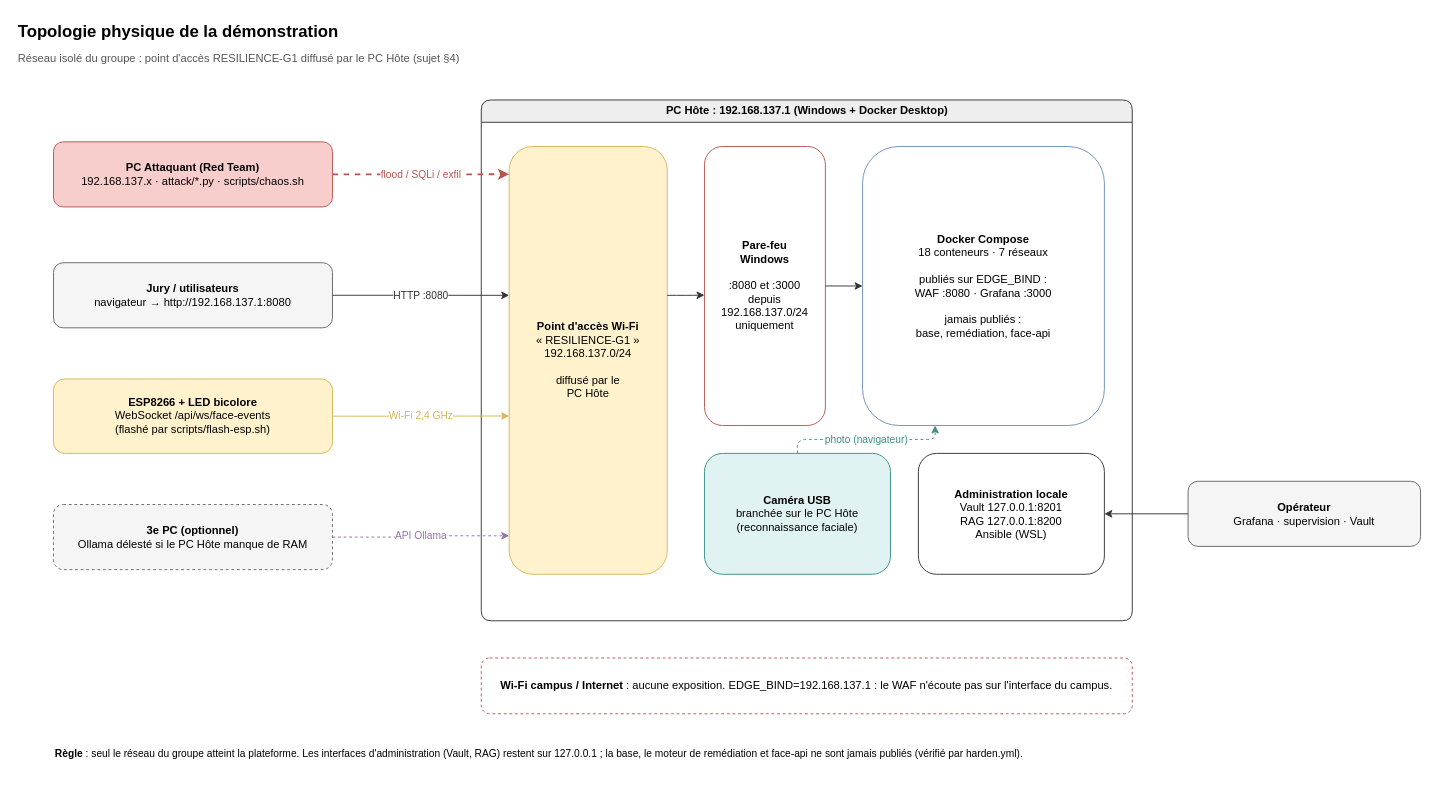
Earlier version of the draw.io diagram page "Topologie physique" (1 of 2) of docs/diagrams/reseaux.drawio (Rococo77/Workshop-26). Source tidied: cells renumbered, new cells numbered last; positions are measured from the earlier drawing's top-left corner, leaving out a move shared by most shapes. Both pictures are drawn from the tidied source at 93%, with x=0, y=0 at pixel (16, 16).
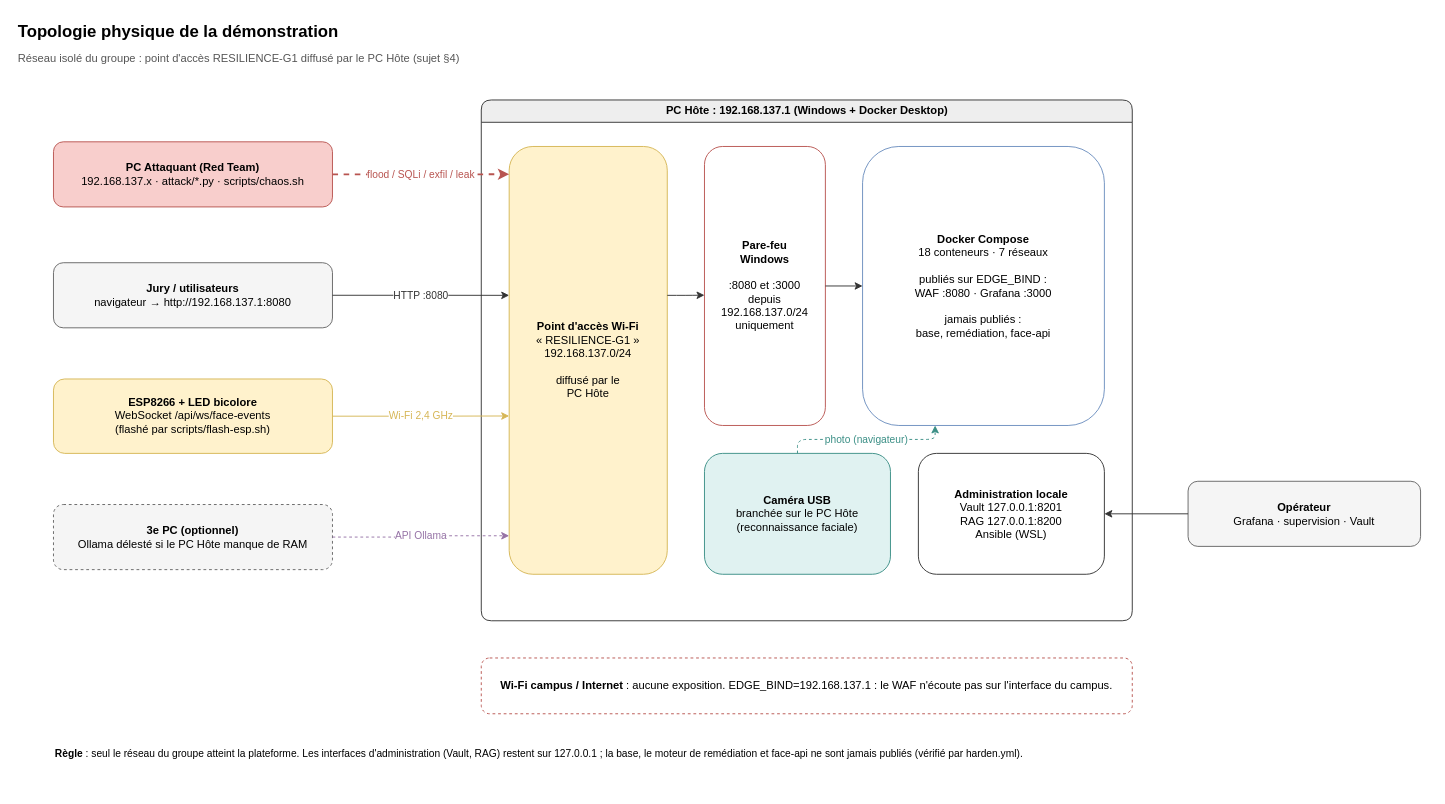
The same diagram, later.

The change refers to these unchanged cells:
```xml
<mxCell id="5" value="&lt;b&gt;Point d'accès Wi-Fi&lt;/b&gt;&lt;br&gt;« RESILIENCE-G1 »&lt;br&gt;192.168.137.0/24&lt;br&gt;&lt;br&gt;diffusé par le&lt;br&gt;PC Hôte" style="rounded=1;whiteSpace=wrap;html=1;fillColor=#fff2cc;strokeColor=#d6b656;" parent="1" vertex="1">
  <mxGeometry x="530" y="140" width="170" height="460" as="geometry" />
</mxCell>
<mxCell id="10" value="&lt;b&gt;PC Attaquant (Red Team)&lt;/b&gt;&lt;br&gt;192.168.137.x · attack/*.py · scripts/chaos.sh" style="rounded=1;whiteSpace=wrap;html=1;fillColor=#f8cecc;strokeColor=#b85450;" parent="1" vertex="1">
  <mxGeometry x="40" y="135" width="300" height="70" as="geometry" />
</mxCell>
```

The edit, as a diff of the source:
```diff
@@
-    <mxCell id="15" value="flood / SQLi / exfil" style="edgeStyle=orthogonalEdgeStyle;rounded=1;html=1;labelBackgroundColor=default;fontSize=11;strokeColor=#b85450;fontColor=#b85450;strokeWidth=2;dashed=1;entryX=0;entryY=0.065;entryDx=0;entryDy=0;" parent="1" edge="1" source="10" target="5">
+    <mxCell id="15" value="flood / SQLi / exfil / leak" style="edgeStyle=orthogonalEdgeStyle;rounded=1;html=1;labelBackgroundColor=default;fontSize=11;strokeColor=#b85450;fontColor=#b85450;strokeWidth=2;dashed=1;entryX=0;entryY=0.065;entryDx=0;entryDy=0;" parent="1" edge="1" source="10" target="5">
       <mxGeometry relative="1" as="geometry" />
     </mxCell>
```
